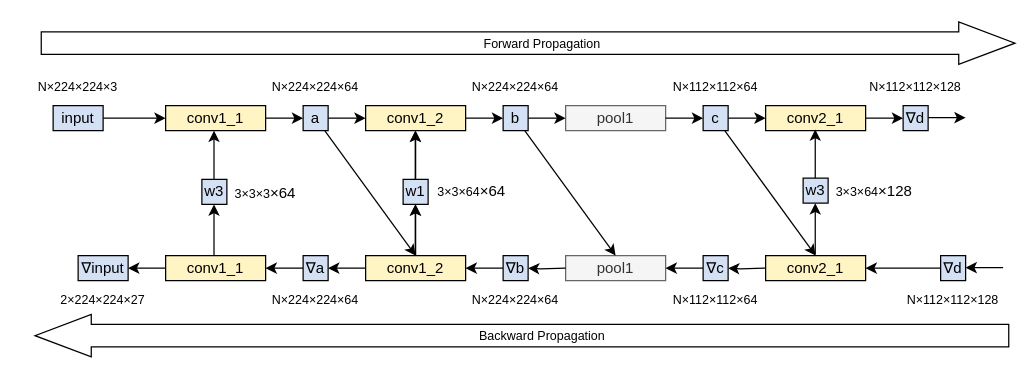
icszhr/zhr123nb.github.io keeps this draw.io diagram as paper1.drawio. Above is the earlier version. Source tidied: cells renumbered, new cells numbered last; positions are measured from the earlier drawing's top-left corner, leaving out a move shared by most shapes. Both pictures are drawn from the tidied source at 125%, with x=0, y=0 at pixel (21, 42).
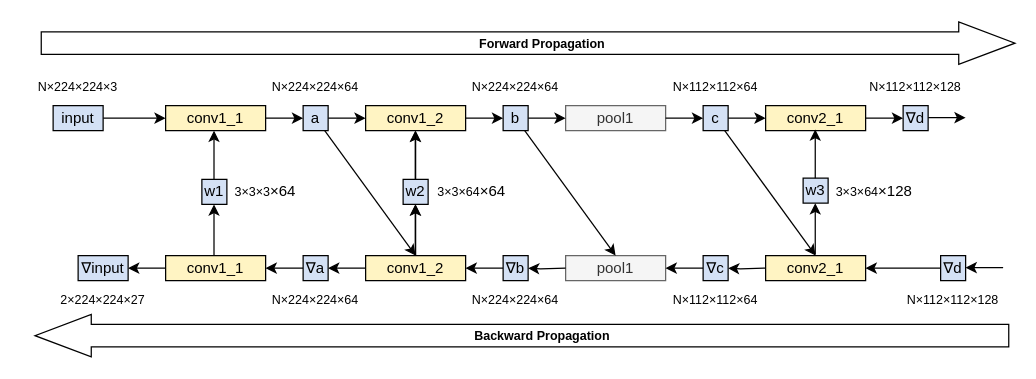
The same page after the edit.

Unchanged cells that the change refers to:
```xml
<mxCell id="67" style="shape=flexArrow;endArrow=classic;html=1;rounded=0;endWidth=15;endSize=14.67;startSize=6;strokeColor=default;fillColor=none;strokeWidth=1;arcSize=20;width=18;" parent="1" edge="1">
  <mxGeometry relative="1" as="geometry">
    <mxPoint x="15" as="sourcePoint" />
    <mxPoint x="795" as="targetPoint" />
  </mxGeometry>
</mxCell>
<mxCell id="69" style="shape=flexArrow;endArrow=classic;html=1;rounded=0;endWidth=15;endSize=14.67;startSize=6;strokeColor=default;fillColor=none;strokeWidth=1;arcSize=20;width=18;" parent="1" edge="1">
  <mxGeometry relative="1" as="geometry">
    <mxPoint x="790" y="234" as="sourcePoint" />
    <mxPoint x="10" y="234" as="targetPoint" />
  </mxGeometry>
</mxCell>
```

Change to the diagram source:
```diff
@@
-    <mxCell id="45" value="w1" style="rounded=0;whiteSpace=wrap;html=1;fillColor=#D4E1F5;" parent="1" vertex="1">
+    <mxCell id="45" value="w2" style="rounded=0;whiteSpace=wrap;html=1;fillColor=#D4E1F5;" parent="1" vertex="1">
       <mxGeometry x="305" y="109" width="20" height="20" as="geometry" />
     </mxCell>
@@
-    <mxCell id="63" value="w3" style="rounded=0;whiteSpace=wrap;html=1;fillColor=#D4E1F5;" parent="1" vertex="1">
+    <mxCell id="63" value="w1" style="rounded=0;whiteSpace=wrap;html=1;fillColor=#D4E1F5;" parent="1" vertex="1">
       <mxGeometry x="144" y="109" width="20" height="20" as="geometry" />
     </mxCell>
@@
     <mxCell id="66" value="&lt;font style=&quot;font-size: 10px;&quot;&gt;3×3×3&lt;/font&gt;×64" style="text;html=1;strokeColor=none;fillColor=none;align=center;verticalAlign=middle;whiteSpace=wrap;rounded=0;" parent="1" vertex="1">
-      <mxGeometry x="155" y="103" width="80" height="34" as="geometry" />
+      <mxGeometry x="165" y="102" width="60" height="34" as="geometry" />
     </mxCell>
@@
-    <mxCell id="68" value="&lt;font style=&quot;font-size: 10px;&quot;&gt;Forward Propagation&lt;/font&gt;" style="edgeLabel;html=1;align=center;verticalAlign=middle;" parent="67" vertex="1">
+    <mxCell id="68" value="&lt;font style=&quot;font-size: 10px;&quot;&gt;&lt;b&gt;Forward Propagation&lt;/b&gt;&lt;/font&gt;" style="edgeLabel;html=1;align=center;verticalAlign=middle;" parent="67" vertex="1">
       <mxGeometry x="0.06" y="-2" relative="1" as="geometry">
         <mxPoint x="-13" y="-3" as="offset" />
       </mxGeometry>
     </mxCell>
@@
-    <mxCell id="70" value="&lt;font style=&quot;font-size: 10px;&quot;&gt;Backward Propagation&lt;/font&gt;" style="edgeLabel;html=1;align=center;verticalAlign=middle;" parent="69" vertex="1">
+    <mxCell id="70" value="&lt;font style=&quot;font-size: 10px;&quot;&gt;&lt;b&gt;Backward Propagation&lt;/b&gt;&lt;/font&gt;" style="edgeLabel;html=1;align=center;verticalAlign=middle;" parent="69" vertex="1">
       <mxGeometry x="0.06" y="-2" relative="1" as="geometry">
         <mxPoint x="38" y="1" as="offset" />
       </mxGeometry>
     </mxCell>
```
